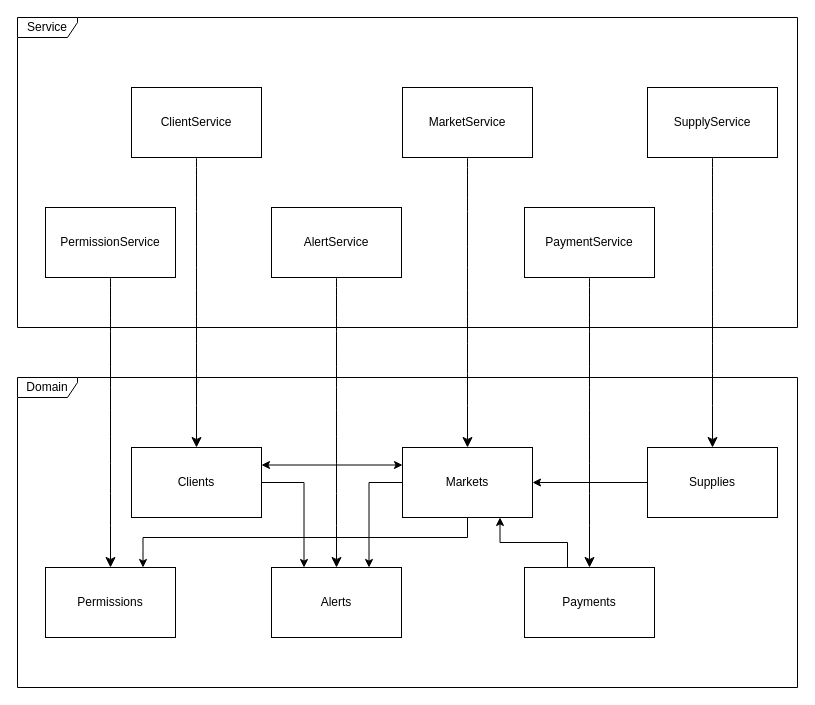
This is docs/ArchitectureDiagram.drawio from noamalu/Ecommerce-System, a draw.io file, before an edit. Source tidied: cells renumbered, new cells numbered last; positions are measured from the earlier drawing's top-left corner, leaving out a move shared by most shapes. Both pictures are drawn from the tidied source at 100%, with x=0, y=0 at pixel (17, 17).
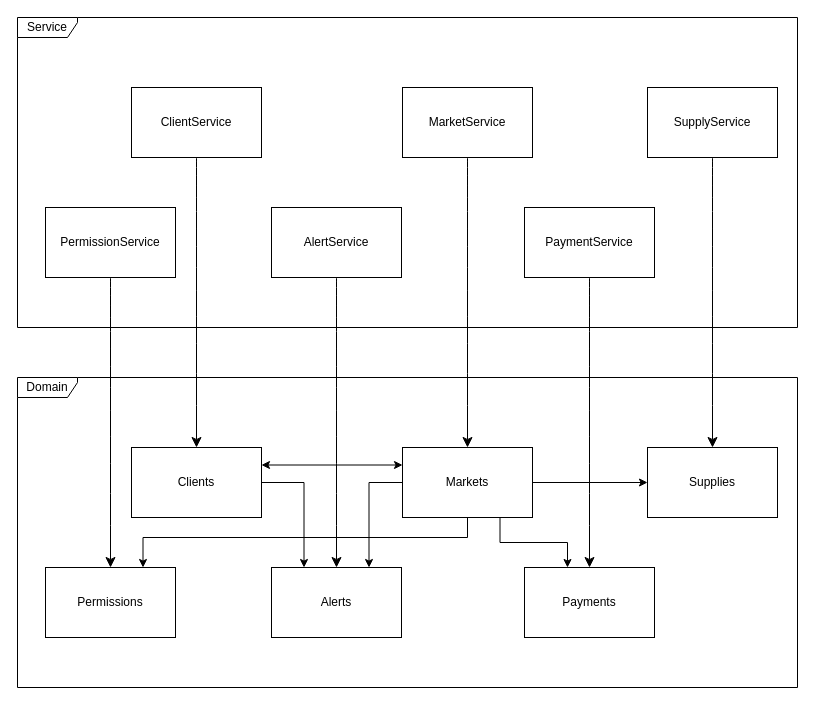
The same diagram, later.

The change refers to these unchanged cells:
```xml
<mxCell id="20" value="Markets" style="html=1;whiteSpace=wrap;" parent="1" vertex="1">
  <mxGeometry x="385" y="430" width="130" height="70" as="geometry" />
</mxCell>
<mxCell id="22" value="Payments" style="html=1;whiteSpace=wrap;" parent="1" vertex="1">
  <mxGeometry x="507" y="550" width="130" height="70" as="geometry" />
</mxCell>
<mxCell id="24" value="Supplies" style="html=1;whiteSpace=wrap;" parent="1" vertex="1">
  <mxGeometry x="630" y="430" width="130" height="70" as="geometry" />
</mxCell>
```

What changed in the source:
```diff
@@
-    <mxCell id="21" style="edgeStyle=orthogonalEdgeStyle;rounded=0;jettySize=auto;html=1;entryX=0.75;entryY=1;entryDx=0;entryDy=0;" parent="1" edge="1" source="22" target="20">
+    <mxCell id="21" style="edgeStyle=orthogonalEdgeStyle;rounded=0;jettySize=auto;html=1;entryX=0.75;entryY=1;entryDx=0;entryDy=0;endArrow=none;endFill=0;startArrow=classic;startFill=1;" parent="1" edge="1" source="22" target="20">
       <mxGeometry relative="1" as="geometry">
         <Array as="points">
           <mxPoint x="550" y="525" />
           <mxPoint x="483" y="525" />
         </Array>
       </mxGeometry>
     </mxCell>
@@
-    <mxCell id="23" style="edgeStyle=orthogonalEdgeStyle;rounded=0;jettySize=auto;html=1;entryX=1;entryY=0.5;entryDx=0;entryDy=0;" parent="1" edge="1" source="24" target="20">
+    <mxCell id="23" style="edgeStyle=orthogonalEdgeStyle;rounded=0;jettySize=auto;html=1;entryX=1;entryY=0.5;entryDx=0;entryDy=0;startArrow=classic;startFill=1;endArrow=none;endFill=0;" parent="1" edge="1" source="24" target="20">
       <mxGeometry relative="1" as="geometry" />
     </mxCell>
```
